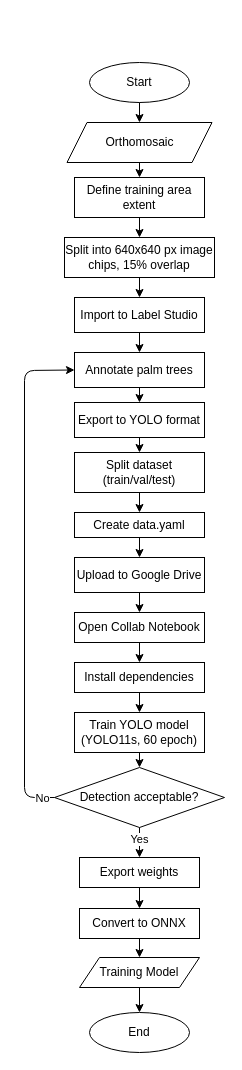
Above: Projects/flowchart/yolo.drawio in hicsuntdracone/Portfolio (draw.io), before the change. Source tidied: cells renumbered, new cells numbered last; positions are measured from the earlier drawing's top-left corner, leaving out a move shared by most shapes. Both pictures are drawn from the tidied source at 100%, with x=0, y=0 at pixel (24, 62).
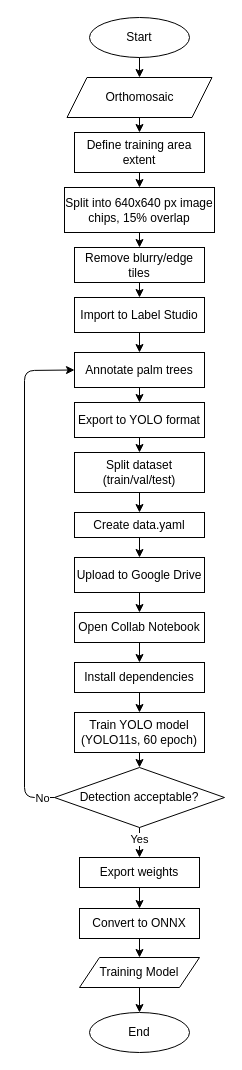
The same page after the edit.

The change refers to these unchanged cells:
```xml
<mxCell id="11" value="Import to Label Studio" style="whiteSpace=wrap;html=1;fillColor=none;" parent="1" vertex="1">
  <mxGeometry x="50" y="235" width="130" height="35" as="geometry" />
</mxCell>
```

The edit, as a diff of the source:
```diff
@@
-<mxGraphModel>
+<mxGraphModel background="#ffffff">
@@
     <mxCell id="4" value="Define training area extent" style="whiteSpace=wrap;html=1;fillColor=none;" parent="1" vertex="1">
-      <mxGeometry x="50" y="115" width="130" height="40" as="geometry" />
+      <mxGeometry x="50" y="70" width="130" height="40" as="geometry" />
     </mxCell>
     <mxCell id="5" value="Orthomosaic" style="shape=parallelogram;perimeter=parallelogramPerimeter;whiteSpace=wrap;html=1;fixedSize=1;fillColor=none;" parent="1" vertex="1">
-      <mxGeometry x="42.5" y="60" width="145" height="40" as="geometry" />
+      <mxGeometry x="42.5" y="15" width="145" height="40" as="geometry" />
     </mxCell>
     <mxCell id="6" value="Start" style="ellipse;whiteSpace=wrap;html=1;fillColor=none;" parent="1" vertex="1">
-      <mxGeometry x="65" width="100" height="40" as="geometry" />
+      <mxGeometry x="65" y="-45" width="100" height="40" as="geometry" />
     </mxCell>
@@
-    <mxCell id="8" style="edgeStyle=none;html=1;" parent="1" edge="1" source="9" target="11">
-      <mxGeometry relative="1" as="geometry" />
-    </mxCell>
+    <mxCell id="40" style="edgeStyle=none;html=1;entryX=0.5;entryY=0;entryDx=0;entryDy=0;" parent="1" edge="1" source="9" target="42">
+      <mxGeometry relative="1" as="geometry" />
+    </mxCell>
     <mxCell id="9" value="&lt;span style=&quot;color: rgb(0, 0, 0);&quot;&gt;Split into 640x640 px image chips, 15% overlap&lt;/span&gt;" style="whiteSpace=wrap;html=1;fillColor=none;" parent="1" vertex="1">
-      <mxGeometry x="40" y="175" width="150" height="40" as="geometry" />
+      <mxGeometry x="40" y="125" width="150" height="45" as="geometry" />
     </mxCell>
@@
+    <mxCell id="41" style="edgeStyle=none;html=1;entryX=0.5;entryY=0;entryDx=0;entryDy=0;" parent="1" edge="1" source="42" target="11">
+      <mxGeometry relative="1" as="geometry" />
+    </mxCell>
+    <mxCell id="42" value="Remove blurry/edge tiles" style="whiteSpace=wrap;html=1;fillColor=none;" parent="1" vertex="1">
+      <mxGeometry x="50" y="185" width="130" height="35" as="geometry" />
+    </mxCell>
```
